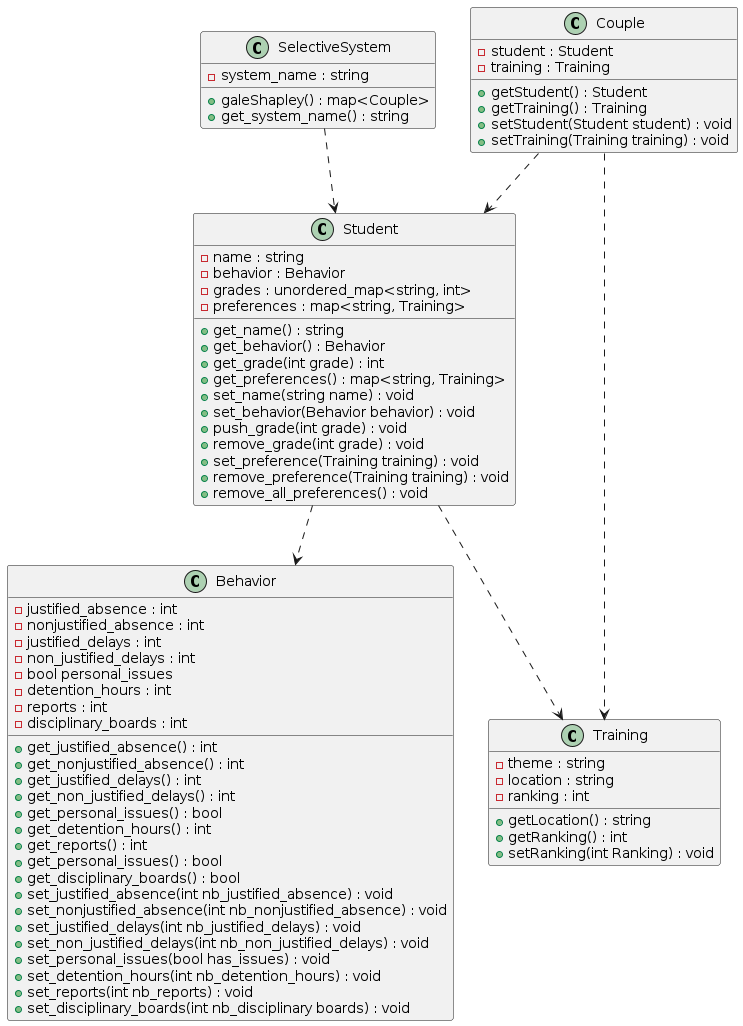
Above: uml/diagram.png in Padrese/selection_sys (PlantUML), before the change.
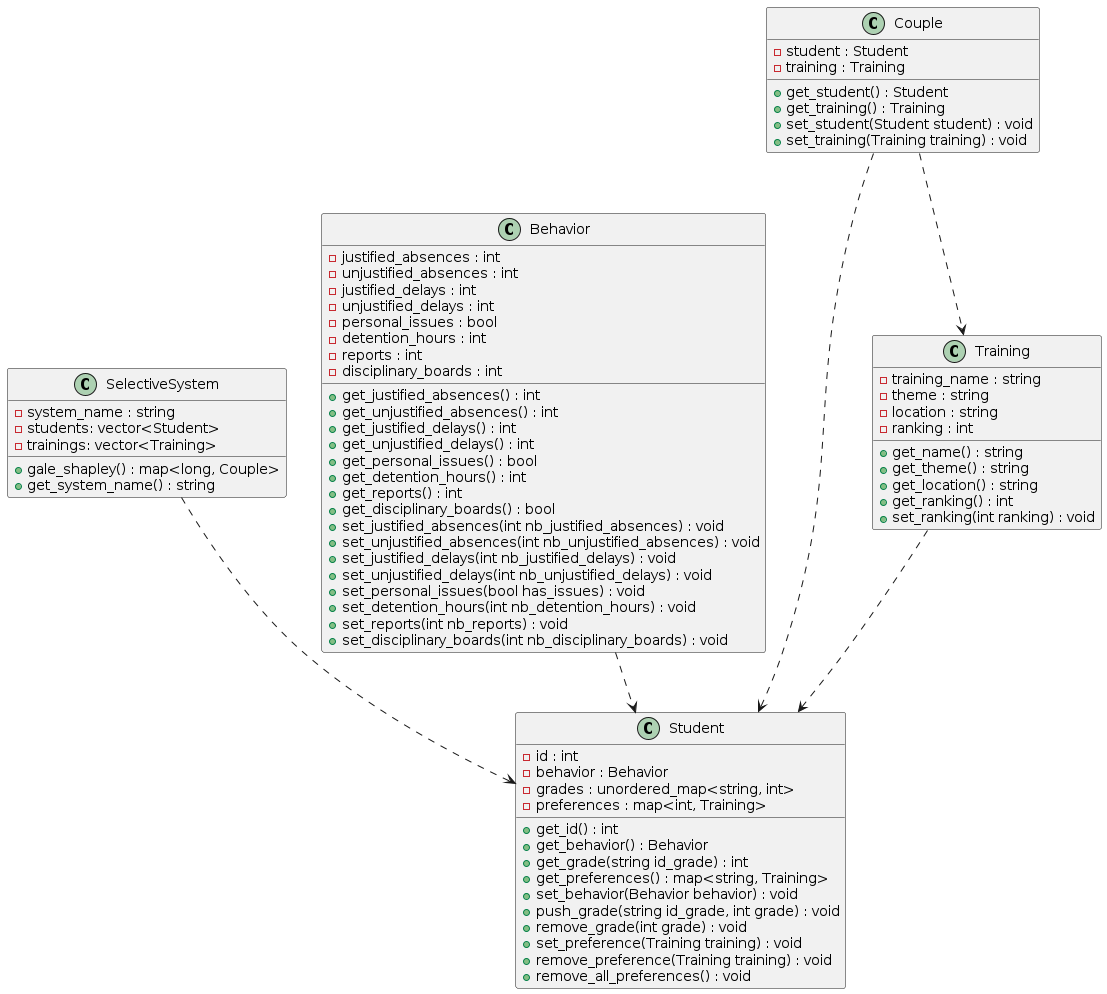
Above is the later version.

The edit, as a diff of the source:
```diff
@@ -1,83 +1,84 @@
 @startuml diagram
 
 SelectiveSystem ..> Student
-Student ..> Behavior
-Student ..> Training
+Behavior ..> Student
+Training ..> Student
 Couple ..> Student
 Couple ..> Training
 
 
 class Student {
-    -name : string
+    -id : int
     -behavior : Behavior
     -grades : unordered_map<string, int>
-    -preferences : map<string, Training>
-    +get_name() : string
+    -preferences : map<int, Training>
+    +get_id() : int
     +get_behavior() : Behavior
-    +get_grade(int grade) : int
+    +get_grade(string id_grade) : int
     +get_preferences() : map<string, Training>
-    +set_name(string name) : void
     +set_behavior(Behavior behavior) : void
-    +push_grade(int grade) : void
+    +push_grade(string id_grade, int grade) : void
     +remove_grade(int grade) : void
     +set_preference(Training training) : void
     +remove_preference(Training training) : void
     +remove_all_preferences() : void
 }
 
-
-
 class SelectiveSystem {
     -system_name : string
-    + galeShapley() : map<Couple>
+    -students: vector<Student>
+    -trainings: vector<Training>
+    + gale_shapley() : map<long, Couple>
     + get_system_name() : string
 }
 
 class Training {
+    - training_name : string
     - theme : string
     - location : string
     - ranking : int
-    + getLocation() : string
-    + getRanking() : int
-    + setRanking(int Ranking) : void
+    + get_name() : string
+    + get_theme() : string
+    + get_location() : string
+    + get_ranking() : int
+    + set_ranking(int ranking) : void
 }
 
 
 class Behavior {
-    -justified_absence : int
-    -nonjustified_absence : int
+    -justified_absences : int
+    -unjustified_absences : int
     -justified_delays : int
-    -non_justified_delays : int
-    -bool personal_issues
+    -unjustified_delays : int
+    -personal_issues : bool
     -detention_hours : int
     -reports : int
     -disciplinary_boards : int
-    +get_justified_absence() : int
-    +get_nonjustified_absence() : int
+    +get_justified_absences() : int
+    +get_unjustified_absences() : int
     +get_justified_delays() : int
-    +get_non_justified_delays() : int
+    +get_unjustified_delays() : int
     +get_personal_issues() : bool
     +get_detention_hours() : int
     +get_reports() : int
-    +get_personal_issues() : bool
     +get_disciplinary_boards() : bool
-    +set_justified_absence(int nb_justified_absence) : void
-    +set_nonjustified_absence(int nb_nonjustified_absence) : void
+    +set_justified_absences(int nb_justified_absences) : void
+    +set_unjustified_absences(int nb_unjustified_absences) : void
     +set_justified_delays(int nb_justified_delays) : void
-    +set_non_justified_delays(int nb_non_justified_delays) : void
+    +set_unjustified_delays(int nb_unjustified_delays) : void
     +set_personal_issues(bool has_issues) : void
     +set_detention_hours(int nb_detention_hours) : void
     +set_reports(int nb_reports) : void
-    +set_disciplinary_boards(int nb_disciplinary boards) : void
+    +set_disciplinary_boards(int nb_disciplinary_boards) : void
 }
 
 class Couple {
     -student : Student
     -training : Training
-    + getStudent() : Student
-    + getTraining() : Training
-    + setStudent(Student student) : void
-    + setTraining(Training training) : void
+    + get_student() : Student
+    + get_training() : Training
+    + set_student(Student student) : void
+    + set_training(Training training) : void
 }
 
 
```
